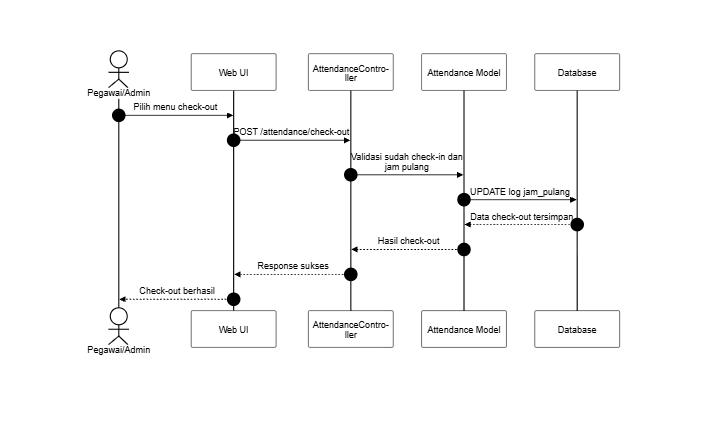
SulaimanHafi23/SimpegRSHDI keeps this Mermaid diagram as docs/SequenceDiagram/PNG_Transparent/AbsensiSaya-CheckOutPegawai.png. Above is the earlier version. Its source is kept beside it as docs/SequenceDiagram/AbsensiSaya-CheckOutPegawai.mermaid. Its diagram source:
```mermaid
%%{init: {"theme": "base", "themeVariables": {"background": "#dddddd", "primaryColor": "#ffffff", "primaryBorderColor": "#000000", "primaryTextColor": "#000000", "lineColor": "#000000", "textColor": "#000000", "actorBkg": "#ffffff", "actorBorder": "#000000", "actorTextColor": "#000000", "activationBkgColor": "#ffffff", "activationBorderColor": "#000000", "signalColor": "#000000", "signalTextColor": "#000000", "labelBoxBkgColor": "#ffffff", "labelBoxBorderColor": "#000000", "labelTextColor": "#000000", "sequenceNumberColor": "#000000", "noteBkgColor": "#ffffff", "noteBorderColor": "#000000", "noteTextColor": "#000000"}, "sequence": {"useMaxWidth": true, "wrap": true, "messageFontSize": 12, "noteFontSize": 12}}}%%
sequenceDiagram
    autonumber
    actor A as Pegawai/Admin
    participant UI as Web UI
    participant C as AttendanceController
    participant M as Attendance Model
    participant DB as Database

    A->>UI: Pilih menu check-out
    UI->>C: POST /attendance/check-out
    C->>M: Validasi sudah check-in dan jam pulang
    M->>DB: UPDATE log jam_pulang
    DB-->>M: Data check-out tersimpan
    M-->>C: Hasil check-out
    C-->>UI: Response sukses
    UI-->>A: Check-out berhasil
```
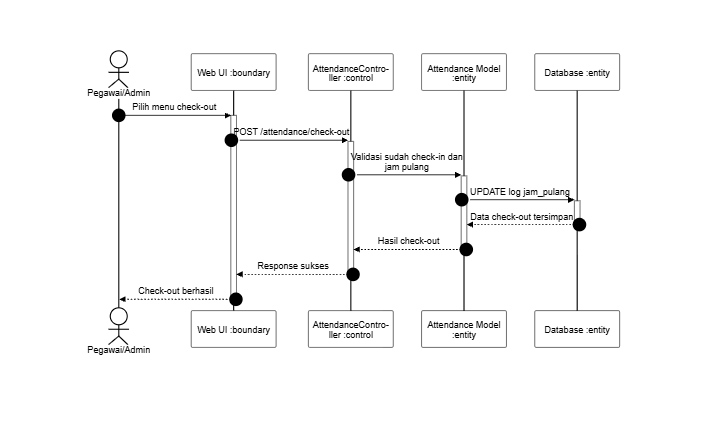
Above is the later version.

Diff of the diagram source:
```diff
@@ -2,16 +2,16 @@
 sequenceDiagram
     autonumber
     actor A as Pegawai/Admin
-    participant UI as Web UI
-    participant C as AttendanceController
-    participant M as Attendance Model
-    participant DB as Database
+    participant UI as Web UI :boundary
+    participant C as AttendanceController :control
+    participant M as Attendance Model :entity
+    participant DB as Database :entity
 
-    A->>UI: Pilih menu check-out
-    UI->>C: POST /attendance/check-out
-    C->>M: Validasi sudah check-in dan jam pulang
-    M->>DB: UPDATE log jam_pulang
-    DB-->>M: Data check-out tersimpan
-    M-->>C: Hasil check-out
-    C-->>UI: Response sukses
-    UI-->>A: Check-out berhasil
+    A->>+UI: Pilih menu check-out
+    UI->>+C: POST /attendance/check-out
+    C->>+M: Validasi sudah check-in dan jam pulang
+    M->>+DB: UPDATE log jam_pulang
+    DB-->>-M: Data check-out tersimpan
+    M-->>-C: Hasil check-out
+    C-->>-UI: Response sukses
+    UI-->>-A: Check-out berhasil
```
